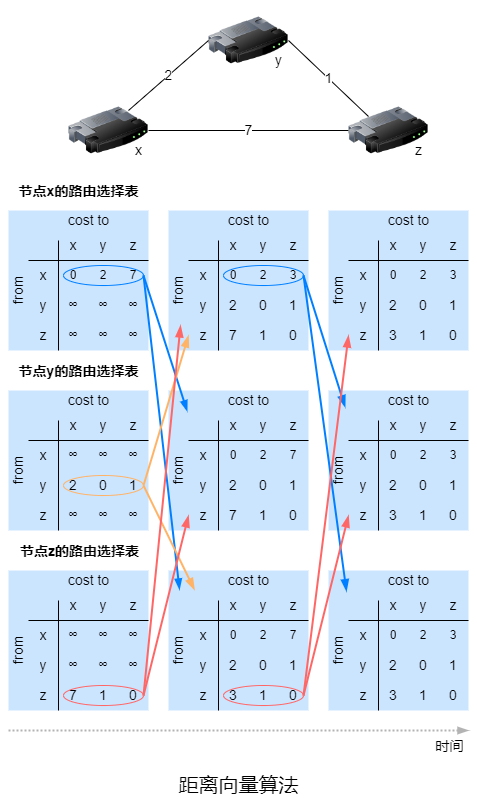
an-die-freude/computer-network-note keeps this draw.io diagram as computer-networking/img/distance_vector_algorithm_in_operation.png. Above is the earlier version. Source tidied: cells renumbered, new cells last; positions are measured from the earlier drawing's top-left corner, leaving out a move shared by most shapes.
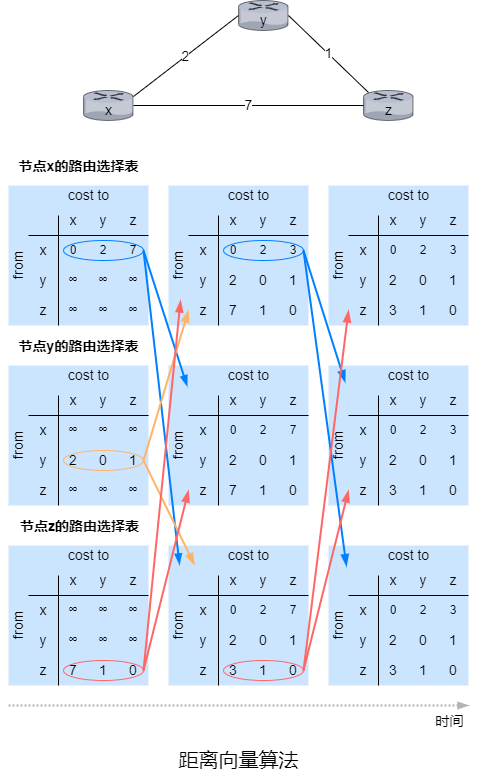
Above is the later version.

The edit, as a diff of the source:
```diff
@@ -2,18 +2,24 @@
   <root>
     <mxCell id="0" />
     <mxCell id="1" parent="0" />
+    <mxCell id="266" style="verticalLabelPosition=bottom;sketch=0;html=1;verticalAlign=top;strokeColor=none;align=center;shape=mxgraph.citrix.router;" parent="1" vertex="1">
+      <mxGeometry x="365" y="115" width="50" height="30" as="geometry" />
+    </mxCell>
+    <mxCell id="238" value="z" style="text;html=1;align=center;verticalAlign=middle;strokeColor=none;fillColor=none;fontSize=14;" parent="1" vertex="1">
+      <mxGeometry x="380" y="125" width="20" height="20" as="geometry" />
+    </mxCell>
+    <mxCell id="267" style="verticalLabelPosition=bottom;sketch=0;html=1;verticalAlign=top;strokeColor=none;align=center;shape=mxgraph.citrix.router;" parent="1" vertex="1">
+      <mxGeometry x="85" y="115" width="50" height="30" as="geometry" />
+    </mxCell>
     <mxCell id="2" style="rounded=0;whiteSpace=wrap;html=1;strokeColor=none;fillColor=#CCE5FF;" parent="1" vertex="1">
       <mxGeometry x="10" y="210" width="140" height="140" as="geometry" />
     </mxCell>
-    <mxCell id="3" style="image;html=1;image=img/lib/clip_art/networking/Router_128x128.png;" parent="1" vertex="1">
-      <mxGeometry x="210" width="80" height="80" as="geometry" />
-    </mxCell>
-    <mxCell id="4" value="7" style="edgeStyle=orthogonalEdgeStyle;rounded=0;jettySize=auto;html=1;entryX=0;entryY=0.5;entryDx=0;entryDy=0;fontSize=14;endArrow=none;endFill=0;strokeColor=#000000;strokeWidth=1;" parent="1" edge="1" source="5" target="27">
-      <mxGeometry relative="1" as="geometry" />
+    <mxCell id="4" value="7" style="edgeStyle=orthogonalEdgeStyle;rounded=0;orthogonalLoop=1;jettySize=auto;html=1;entryX=0;entryY=0.5;entryDx=0;entryDy=0;fontSize=14;endArrow=none;endFill=0;strokeColor=#000000;strokeWidth=1;" parent="1" edge="1">
+      <mxGeometry relative="1" as="geometry">
+        <mxPoint x="135" y="130" as="sourcePoint" />
+        <mxPoint x="365" y="130" as="targetPoint" />
+      </mxGeometry>
     </mxCell>
-    <mxCell id="5" style="image;html=1;image=img/lib/clip_art/networking/Router_128x128.png;" parent="1" vertex="1">
-      <mxGeometry x="70" y="90" width="80" height="80" as="geometry" />
-    </mxCell>
     <mxCell id="6" style="shape=table;startSize=0;fillColor=none;strokeColor=none;" parent="1" vertex="1">
       <mxGeometry x="30" y="230" width="120" height="120" as="geometry" />
     </mxCell>
@@ -77,9 +83,6 @@
     <mxCell id="26" value="&lt;span style=&quot;font-size: 14px;&quot;&gt;∞&lt;/span&gt;" style="shape=partialRectangle;html=1;whiteSpace=wrap;overflow=hidden;fillColor=none;top=0;left=0;bottom=0;right=0;" parent="22" vertex="1">
       <mxGeometry x="90" width="30" height="30" as="geometry" />
     </mxCell>
-    <mxCell id="27" style="image;html=1;image=img/lib/clip_art/networking/Router_128x128.png;" parent="1" vertex="1">
-      <mxGeometry x="350" y="90" width="80" height="80" as="geometry" />
-    </mxCell>
     <mxCell id="28" style="endArrow=none;html=1;rounded=0;" parent="1" edge="1">
       <mxGeometry relative="1" as="geometry">
         <mxPoint x="30" y="260" as="sourcePoint" />
@@ -734,25 +737,19 @@
     <mxCell id="235" value="时间" style="text;html=1;align=center;verticalAlign=middle;strokeColor=none;fillColor=none;fontSize=14;" parent="1" vertex="1">
       <mxGeometry x="432" y="735" width="38" height="21" as="geometry" />
     </mxCell>
-    <mxCell id="236" value="y" style="text;html=1;align=center;verticalAlign=middle;strokeColor=none;fillColor=none;fontSize=14;" parent="1" vertex="1">
-      <mxGeometry x="270" y="50" width="20" height="20" as="geometry" />
-    </mxCell>
     <mxCell id="237" value="x" style="text;html=1;align=center;verticalAlign=middle;strokeColor=none;fillColor=none;fontSize=14;" parent="1" vertex="1">
-      <mxGeometry x="130" y="140" width="20" height="20" as="geometry" />
+      <mxGeometry x="100" y="125" width="20" height="20" as="geometry" />
     </mxCell>
-    <mxCell id="238" value="z" style="text;html=1;align=center;verticalAlign=middle;strokeColor=none;fillColor=none;fontSize=14;" parent="1" vertex="1">
-      <mxGeometry x="410" y="140" width="20" height="20" as="geometry" />
-    </mxCell>
     <mxCell id="239" value="2" style="endArrow=none;html=1;rounded=0;fontSize=14;strokeColor=#000000;strokeWidth=1;" parent="1" edge="1">
       <mxGeometry relative="1" as="geometry">
-        <mxPoint x="130" y="110" as="sourcePoint" />
-        <mxPoint x="210" y="40" as="targetPoint" />
+        <mxPoint x="135" y="121" as="sourcePoint" />
+        <mxPoint x="240" y="40" as="targetPoint" />
       </mxGeometry>
     </mxCell>
     <mxCell id="240" value="1" style="endArrow=none;html=1;rounded=0;fontSize=14;strokeColor=#000000;strokeWidth=1;" parent="1" edge="1">
       <mxGeometry relative="1" as="geometry">
         <mxPoint x="290" y="40" as="sourcePoint" />
-        <mxPoint x="370" y="116" as="targetPoint" />
+        <mxPoint x="370" y="117" as="targetPoint" />
       </mxGeometry>
     </mxCell>
     <mxCell id="241" style="endArrow=none;html=1;rounded=0;fontSize=14;strokeColor=#000000;strokeWidth=1;" parent="1" edge="1">
@@ -859,5 +856,11 @@
     <mxCell id="265" value="距离向量算法" style="text;html=1;align=center;verticalAlign=middle;strokeColor=none;fillColor=none;fontSize=20;" parent="1" vertex="1">
       <mxGeometry x="175" y="770" width="130" height="28" as="geometry" />
     </mxCell>
+    <mxCell id="268" style="verticalLabelPosition=bottom;sketch=0;html=1;verticalAlign=top;strokeColor=none;align=center;shape=mxgraph.citrix.router;" parent="1" vertex="1">
+      <mxGeometry x="240" y="25" width="50" height="30" as="geometry" />
+    </mxCell>
+    <mxCell id="236" value="y" style="text;html=1;align=center;verticalAlign=middle;strokeColor=none;fillColor=none;fontSize=14;" parent="1" vertex="1">
+      <mxGeometry x="255" y="35" width="20" height="20" as="geometry" />
+    </mxCell>
   </root>
 </mxGraphModel>
```
